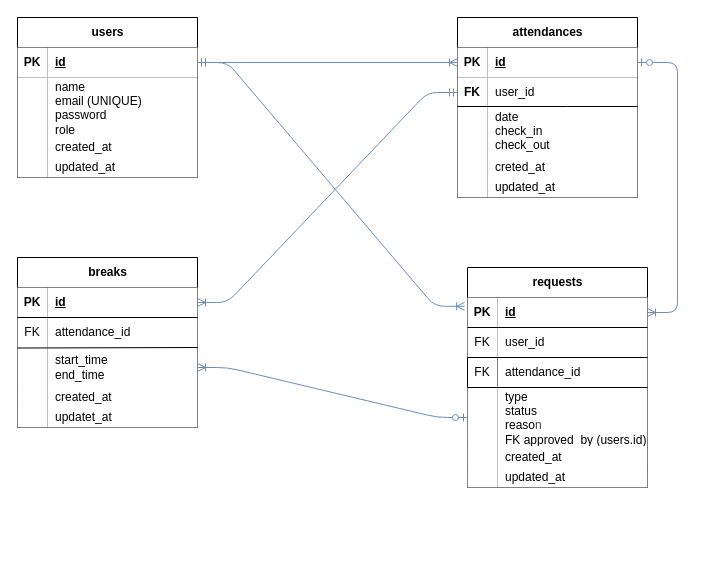
Above: er-diagram.drawio in michan450/WorkLog (draw.io), before the change. Source tidied: cells renumbered, new cells numbered last; positions are measured from the earlier drawing's top-left corner, leaving out a move shared by most shapes. Both pictures are drawn from the tidied source at 100%, with x=0, y=0 at pixel (17, 17).
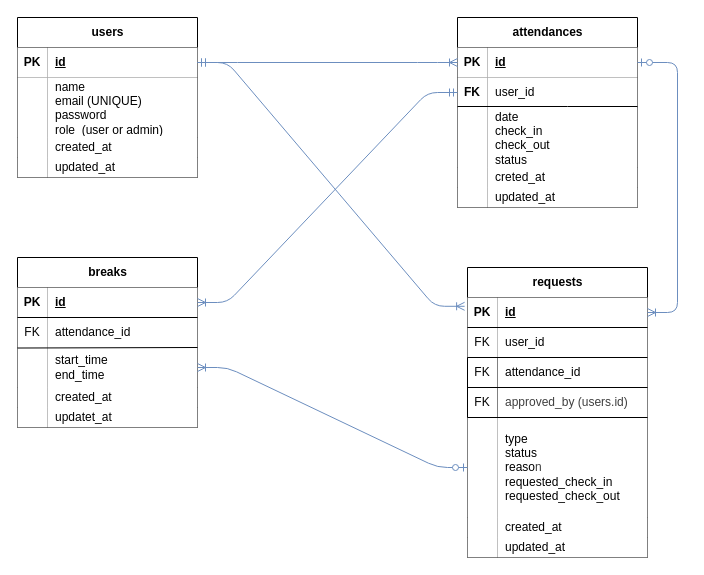
After the change.

Unchanged cells that the change refers to:
```xml
<mxCell id="6" style="shape=tableRow;horizontal=0;startSize=0;swimlaneHead=0;swimlaneBody=0;fillColor=none;top=0;left=0;right=0;bottom=0;" parent="2" vertex="1">
  <mxGeometry y="60" width="180" height="60" as="geometry" />
</mxCell>
```

The edit, as a diff of the source:
```diff
@@
-    <mxCell id="8" value="&lt;div&gt;&lt;span style=&quot;background-color: transparent;&quot;&gt;name&lt;/span&gt;&lt;/div&gt;email (UNIQUE)&lt;br&gt;password&lt;br&gt;role&lt;div&gt;&lt;br&gt;&lt;/div&gt;" style="shape=partialRectangle;top=0;left=0;bottom=0;right=0;align=left;spacingLeft=6;overflow=hidden;whiteSpace=wrap;html=1;" parent="6" vertex="1">
+    <mxCell id="8" value="&lt;div&gt;&lt;span style=&quot;background-color: transparent;&quot;&gt;name&lt;/span&gt;&lt;/div&gt;email (UNIQUE)&lt;br&gt;password&lt;br&gt;role&amp;nbsp; (user or admin)&lt;div&gt;&lt;br&gt;&lt;/div&gt;" style="shape=partialRectangle;top=0;left=0;bottom=0;right=0;align=left;spacingLeft=6;overflow=hidden;whiteSpace=wrap;html=1;" parent="6" vertex="1">
       <mxGeometry x="30" width="150" height="60" as="geometry" />
     </mxCell>
@@
     <mxCell id="15" value="attendances" style="shape=table;startSize=30;childLayout=tableLayout;rowLines=0;fontStyle=1;align=center;html=1;" parent="1" vertex="1">
-      <mxGeometry x="440" width="180" height="180" as="geometry" />
+      <mxGeometry x="440" width="180" height="190" as="geometry" />
     </mxCell>
@@
     <mxCell id="22" style="shape=tableRow;horizontal=0;startSize=0;swimlaneHead=0;swimlaneBody=0;fillColor=none;top=0;left=0;right=0;bottom=0;" parent="15" vertex="1">
-      <mxGeometry y="90" width="180" height="50" as="geometry" />
+      <mxGeometry y="90" width="180" height="60" as="geometry" />
     </mxCell>
     <mxCell id="23" style="shape=partialRectangle;top=0;left=0;bottom=0;right=0;overflow=hidden;whiteSpace=wrap;html=1;" parent="22" vertex="1">
-      <mxGeometry width="30" height="50" as="geometry" />
+      <mxGeometry width="30" height="60" as="geometry" />
     </mxCell>
-    <mxCell id="24" value="date&lt;br&gt;check_in&lt;br&gt;check_out&lt;div&gt;&lt;br/&gt;&lt;/div&gt;" style="shape=partialRectangle;top=0;left=0;bottom=0;right=0;align=left;spacingLeft=6;overflow=hidden;whiteSpace=wrap;html=1;" parent="22" vertex="1">
-      <mxGeometry x="30" width="150" height="50" as="geometry" />
+    <mxCell id="24" value="date&lt;br&gt;check_in&lt;br&gt;check_out&lt;div&gt;&lt;font color=&quot;#000000&quot;&gt;status&lt;br&gt;&lt;/font&gt;&lt;div&gt;&lt;br&gt;&lt;/div&gt;&lt;/div&gt;" style="shape=partialRectangle;top=0;left=0;bottom=0;right=0;align=left;spacingLeft=6;overflow=hidden;whiteSpace=wrap;html=1;" parent="22" vertex="1">
+      <mxGeometry x="30" width="150" height="60" as="geometry" />
     </mxCell>
     <mxCell id="25" style="shape=tableRow;horizontal=0;startSize=0;swimlaneHead=0;swimlaneBody=0;fillColor=none;top=0;left=0;right=0;bottom=0;" parent="15" vertex="1">
-      <mxGeometry y="140" width="180" height="20" as="geometry" />
+      <mxGeometry y="150" width="180" height="20" as="geometry" />
     </mxCell>
@@
     <mxCell id="28" style="shape=tableRow;horizontal=0;startSize=0;swimlaneHead=0;swimlaneBody=0;fillColor=none;top=0;left=0;right=0;bottom=0;" parent="15" vertex="1">
-      <mxGeometry y="160" width="180" height="20" as="geometry" />
+      <mxGeometry y="170" width="180" height="20" as="geometry" />
     </mxCell>
@@
     <mxCell id="50" value="requests" style="shape=table;startSize=30;childLayout=tableLayout;rowLines=0;fontStyle=1;align=center;html=1;" parent="1" vertex="1">
-      <mxGeometry x="450" y="250" width="180" height="220" as="geometry" />
+      <mxGeometry x="450" y="250" width="180" height="290" as="geometry" />
     </mxCell>
@@
+    <mxCell id="78" style="shape=tableRow;horizontal=0;startSize=0;swimlaneHead=0;swimlaneBody=0;fillColor=none;top=0;left=0;right=0;bottom=0;" parent="50" vertex="1">
+      <mxGeometry y="120" width="180" height="30" as="geometry" />
+    </mxCell>
+    <mxCell id="79" value="FK" style="shape=partialRectangle;fillColor=none;top=0;left=0;bottom=0;right=0;fontStyle=0;overflow=hidden;whiteSpace=wrap;html=1;" parent="78" vertex="1">
+      <mxGeometry width="30" height="30" as="geometry" />
+    </mxCell>
+    <mxCell id="80" value="&lt;span style=&quot;color: rgb(63, 63, 63);&quot;&gt;approved_by (users.id)&lt;/span&gt;" style="shape=partialRectangle;top=0;left=0;bottom=0;right=0;align=left;spacingLeft=6;fontStyle=0;overflow=hidden;whiteSpace=wrap;html=1;" parent="78" vertex="1">
+      <mxGeometry x="30" width="150" height="30" as="geometry" />
+    </mxCell>
     <mxCell id="60" style="shape=tableRow;horizontal=0;startSize=0;swimlaneHead=0;swimlaneBody=0;fillColor=none;points=[[0,0.5],[1,0.5]];portConstraint=eastwest;top=0;left=0;right=0;bottom=0;" parent="50" vertex="1">
-      <mxGeometry y="120" width="180" height="60" as="geometry" />
+      <mxGeometry y="150" width="180" height="100" as="geometry" />
     </mxCell>
     <mxCell id="61" style="shape=partialRectangle;top=0;left=0;bottom=0;right=0;overflow=hidden;whiteSpace=wrap;html=1;" parent="60" vertex="1">
-      <mxGeometry width="30" height="60" as="geometry" />
+      <mxGeometry width="30" height="100" as="geometry" />
     </mxCell>
-    <mxCell id="62" value="type&lt;br&gt;status&lt;br&gt;reaso&lt;span style=&quot;color: rgb(63, 63, 63); background-color: transparent;&quot;&gt;n&lt;/span&gt;&lt;div&gt;FK approved_by (users.id)&lt;span style=&quot;color: rgb(63, 63, 63); background-color: transparent;&quot;&gt;&lt;/span&gt;&lt;/div&gt;" style="shape=partialRectangle;top=0;left=0;bottom=0;right=0;align=left;spacingLeft=6;overflow=hidden;whiteSpace=wrap;html=1;" parent="60" vertex="1">
-      <mxGeometry x="30" width="150" height="60" as="geometry" />
+    <mxCell id="62" value="type&lt;br&gt;status&lt;br&gt;reaso&lt;span style=&quot;color: rgb(63, 63, 63); background-color: transparent;&quot;&gt;n&lt;/span&gt;&lt;div&gt;requested_check_in&lt;/div&gt;&lt;div&gt;requested_check_out&lt;/div&gt;" style="shape=partialRectangle;top=0;left=0;bottom=0;right=0;align=left;spacingLeft=6;overflow=hidden;whiteSpace=wrap;html=1;" parent="60" vertex="1">
+      <mxGeometry x="30" width="150" height="100" as="geometry" />
     </mxCell>
     <mxCell id="63" style="shape=tableRow;horizontal=0;startSize=0;swimlaneHead=0;swimlaneBody=0;fillColor=none;top=0;left=0;right=0;bottom=0;" parent="50" vertex="1">
-      <mxGeometry y="180" width="180" height="20" as="geometry" />
+      <mxGeometry y="250" width="180" height="20" as="geometry" />
     </mxCell>
@@
     <mxCell id="66" style="shape=tableRow;horizontal=0;startSize=0;swimlaneHead=0;swimlaneBody=0;fillColor=none;top=0;left=0;right=0;bottom=0;" parent="50" vertex="1">
-      <mxGeometry y="200" width="180" height="20" as="geometry" />
+      <mxGeometry y="270" width="180" height="20" as="geometry" />
     </mxCell>
@@
+    <mxCell id="81" style="endArrow=none;html=1;rounded=0;" parent="1" edge="1">
+      <mxGeometry relative="1" as="geometry">
+        <mxPoint x="450" y="400" as="sourcePoint" />
+        <mxPoint x="630" y="400" as="targetPoint" />
+      </mxGeometry>
+    </mxCell>
```
